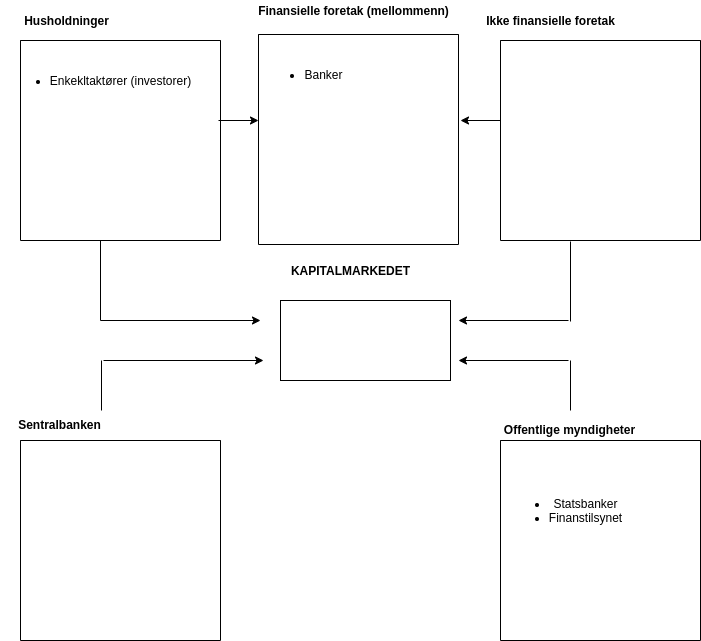
Before: drawio/finansiering.png, a diagram exported from draw.io (joernih/SFB30820Finansteori). Source tidied: cells renumbered, new cells last; positions are measured from the earlier drawing's top-left corner, leaving out a move shared by most shapes.
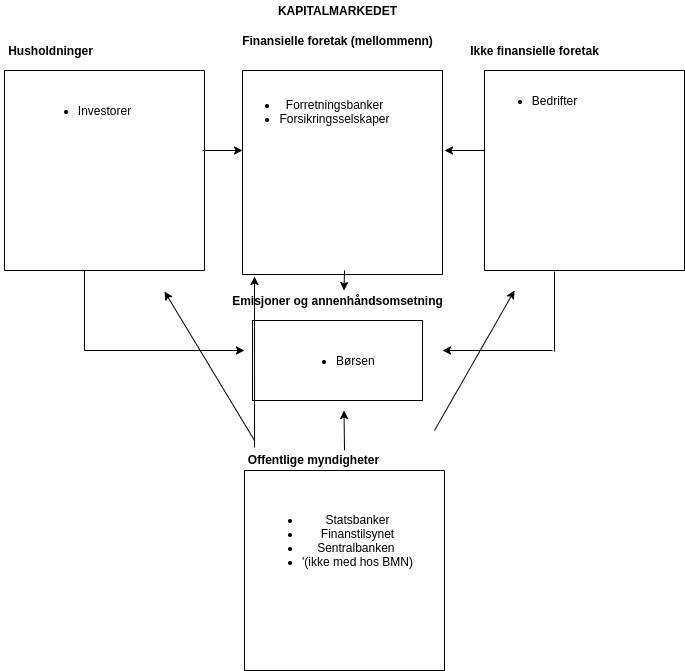
The same diagram one commit later.

Diff of the diagram source:
```diff
@@ -3,28 +3,31 @@
     <mxCell id="0" />
     <mxCell id="1" parent="0" />
     <mxCell id="2" style="swimlane;startSize=0;" parent="1" vertex="1">
-      <mxGeometry x="258" y="34" width="200" height="210" as="geometry" />
+      <mxGeometry x="258" y="40" width="200" height="204" as="geometry" />
     </mxCell>
-    <mxCell id="3" value="&lt;ul&gt;&lt;li&gt;Banker&lt;/li&gt;&lt;/ul&gt;" style="text;html=1;align=center;verticalAlign=middle;strokeColor=none;" parent="1" vertex="1">
-      <mxGeometry x="258" y="54" width="90" height="40" as="geometry" />
+    <mxCell id="3" value="&lt;ul&gt;&lt;li&gt;Forretningsbanker&lt;/li&gt;&lt;li&gt;Forsikringsselskaper&lt;/li&gt;&lt;/ul&gt;" style="text;html=1;align=center;verticalAlign=middle;strokeColor=none;" parent="2" vertex="1">
+      <mxGeometry x="-13" y="11" width="170" height="60" as="geometry" />
     </mxCell>
+    <mxCell id="27" style="endArrow=classic;html=1;" parent="2" edge="1">
+      <mxGeometry relative="1" as="geometry">
+        <mxPoint x="102" y="200" as="sourcePoint" />
+        <mxPoint x="101.5" y="220" as="targetPoint" />
+      </mxGeometry>
+    </mxCell>
     <mxCell id="4" style="swimlane;startSize=0;" parent="1" vertex="1">
       <mxGeometry x="20" y="40" width="200" height="200" as="geometry" />
     </mxCell>
-    <mxCell id="5" value="&lt;ul&gt;&lt;li&gt;Enkekltaktører (investorer)&lt;/li&gt;&lt;/ul&gt;" style="text;html=1;align=center;verticalAlign=middle;strokeColor=none;" parent="4" vertex="1">
-      <mxGeometry x="-20" y="20" width="200" height="40" as="geometry" />
+    <mxCell id="5" value="&lt;ul&gt;&lt;li&gt;Investorer&lt;/li&gt;&lt;/ul&gt;" style="text;html=1;align=center;verticalAlign=middle;strokeColor=none;" parent="4" vertex="1">
+      <mxGeometry x="25" y="20" width="110" height="40" as="geometry" />
     </mxCell>
     <mxCell id="6" style="swimlane;startSize=0;" parent="1" vertex="1">
       <mxGeometry x="500" y="40" width="200" height="200" as="geometry" />
     </mxCell>
-    <mxCell id="7" style="swimlane;startSize=0;" parent="1" vertex="1">
-      <mxGeometry x="20" y="440" width="200" height="200" as="geometry" />
-    </mxCell>
     <mxCell id="8" style="swimlane;startSize=0;" parent="1" vertex="1">
-      <mxGeometry x="500" y="440" width="200" height="200" as="geometry" />
+      <mxGeometry x="260" y="440" width="200" height="200" as="geometry" />
     </mxCell>
-    <mxCell id="9" value="&lt;ul&gt;&lt;li&gt;Statsbanker&lt;/li&gt;&lt;li&gt;Finanstilsynet&lt;/li&gt;&lt;/ul&gt;" style="text;html=1;align=center;verticalAlign=middle;strokeColor=none;" parent="8" vertex="1">
-      <mxGeometry y="40" width="130" height="60" as="geometry" />
+    <mxCell id="9" value="&lt;ul&gt;&lt;li&gt;Statsbanker&lt;/li&gt;&lt;li&gt;Finanstilsynet&lt;/li&gt;&lt;li&gt;Sentralbanken&amp;nbsp;&lt;/li&gt;&lt;li&gt;'(ikke med hos BMN)&lt;/li&gt;&lt;/ul&gt;" style="text;html=1;align=center;verticalAlign=middle;strokeColor=none;" parent="8" vertex="1">
+      <mxGeometry x="8" y="24.5" width="170" height="90" as="geometry" />
     </mxCell>
     <mxCell id="10" value="Husholdninger" style="text;html=1;align=center;verticalAlign=middle;strokeColor=none;fontStyle=1;" parent="1" vertex="1">
       <mxGeometry x="16" y="10" width="100" height="20" as="geometry" />
@@ -35,14 +38,11 @@
     <mxCell id="12" value="Finansielle foretak (mellommenn)" style="text;html=1;align=center;verticalAlign=middle;strokeColor=none;fontStyle=1;" parent="1" vertex="1">
       <mxGeometry x="248" width="210" height="20" as="geometry" />
     </mxCell>
-    <mxCell id="13" value="Sentralbanken" style="text;html=1;align=center;verticalAlign=middle;strokeColor=none;fontStyle=1;" parent="1" vertex="1">
-      <mxGeometry x="9" y="414" width="100" height="20" as="geometry" />
-    </mxCell>
     <mxCell id="14" value="Offentlige myndigheter" style="text;html=1;align=center;verticalAlign=middle;strokeColor=none;fontStyle=1;" parent="1" vertex="1">
-      <mxGeometry x="494" y="419" width="150" height="20" as="geometry" />
+      <mxGeometry x="254" y="419" width="150" height="20" as="geometry" />
     </mxCell>
     <mxCell id="15" value="&lt;b&gt;KAPITALMARKEDET&lt;/b&gt;" style="text;html=1;align=center;verticalAlign=middle;strokeColor=none;" parent="1" vertex="1">
-      <mxGeometry x="285" y="260" width="130" height="20" as="geometry" />
+      <mxGeometry x="288" y="-30" width="130" height="20" as="geometry" />
     </mxCell>
     <mxCell id="16" style="endArrow=classic;html=1;" parent="1" edge="1">
       <mxGeometry relative="1" as="geometry">
@@ -62,12 +62,6 @@
         <mxPoint x="260" y="320" as="targetPoint" />
       </mxGeometry>
     </mxCell>
-    <mxCell id="19" style="endArrow=classic;html=1;" parent="1" edge="1">
-      <mxGeometry relative="1" as="geometry">
-        <mxPoint x="103" y="360" as="sourcePoint" />
-        <mxPoint x="263" y="360" as="targetPoint" />
-      </mxGeometry>
-    </mxCell>
     <mxCell id="20" style="endArrow=classic;html=1;" parent="1" edge="1">
       <mxGeometry relative="1" as="geometry">
         <mxPoint x="568" y="320" as="sourcePoint" />
@@ -76,16 +70,10 @@
     </mxCell>
     <mxCell id="21" style="endArrow=classic;html=1;" parent="1" edge="1">
       <mxGeometry relative="1" as="geometry">
-        <mxPoint x="568" y="360" as="sourcePoint" />
-        <mxPoint x="458" y="360" as="targetPoint" />
+        <mxPoint x="360" y="420" as="sourcePoint" />
+        <mxPoint x="359.5" y="380" as="targetPoint" />
       </mxGeometry>
     </mxCell>
-    <mxCell id="22" style="endArrow=none;html=1;" parent="1" edge="1">
-      <mxGeometry relative="1" as="geometry">
-        <mxPoint x="101" y="410" as="sourcePoint" />
-        <mxPoint x="101" y="360" as="targetPoint" />
-      </mxGeometry>
-    </mxCell>
     <mxCell id="23" style="endArrow=none;html=1;" parent="1" edge="1">
       <mxGeometry relative="1" as="geometry">
         <mxPoint x="100" y="320" as="sourcePoint" />
@@ -98,14 +86,32 @@
         <mxPoint x="570" y="241" as="targetPoint" />
       </mxGeometry>
     </mxCell>
-    <mxCell id="25" style="endArrow=none;html=1;" parent="1" edge="1">
-      <mxGeometry relative="1" as="geometry">
-        <mxPoint x="570" y="410" as="sourcePoint" />
-        <mxPoint x="570" y="360" as="targetPoint" />
-      </mxGeometry>
-    </mxCell>
-    <mxCell id="26" style="rounded=0;whiteSpace=wrap;html=1;" parent="1" vertex="1">
-      <mxGeometry x="280" y="300" width="170" height="80" as="geometry" />
+    <mxCell id="26" value="&lt;ul&gt;&lt;li&gt;Børsen&amp;nbsp;&lt;/li&gt;&lt;/ul&gt;" style="rounded=0;whiteSpace=wrap;html=1;" parent="1" vertex="1">
+      <mxGeometry x="268" y="290" width="170" height="80" as="geometry" />
     </mxCell>
+    <mxCell id="28" value="&lt;ul&gt;&lt;li&gt;Bedrifter&lt;/li&gt;&lt;/ul&gt;" style="text;html=1;align=center;verticalAlign=middle;strokeColor=none;" parent="1" vertex="1">
+      <mxGeometry x="500" y="50" width="100" height="40" as="geometry" />
+    </mxCell>
+    <mxCell id="29" value="&lt;b&gt;Emisjoner og annenhåndsomsetning&lt;/b&gt;" style="text;html=1;align=center;verticalAlign=middle;strokeColor=none;" parent="1" vertex="1">
+      <mxGeometry x="238" y="260" width="230" height="20" as="geometry" />
+    </mxCell>
+    <mxCell id="30" style="endArrow=classic;html=1;" parent="1" edge="1">
+      <mxGeometry relative="1" as="geometry">
+        <mxPoint x="270" y="410" as="sourcePoint" />
+        <mxPoint x="180" y="261" as="targetPoint" />
+      </mxGeometry>
+    </mxCell>
+    <mxCell id="31" style="endArrow=classic;html=1;" parent="1" edge="1">
+      <mxGeometry relative="1" as="geometry">
+        <mxPoint x="450" y="400" as="sourcePoint" />
+        <mxPoint x="530" y="260" as="targetPoint" />
+      </mxGeometry>
+    </mxCell>
+    <mxCell id="32" style="endArrow=classic;html=1;exitX=0.527;exitY=0;exitDx=0;exitDy=0;exitPerimeter=0;" parent="1" edge="1">
+      <mxGeometry relative="1" as="geometry">
+        <mxPoint x="270.1" y="417" as="sourcePoint" />
+        <mxPoint x="270" y="246" as="targetPoint" />
+      </mxGeometry>
+    </mxCell>
   </root>
 </mxGraphModel>
```
